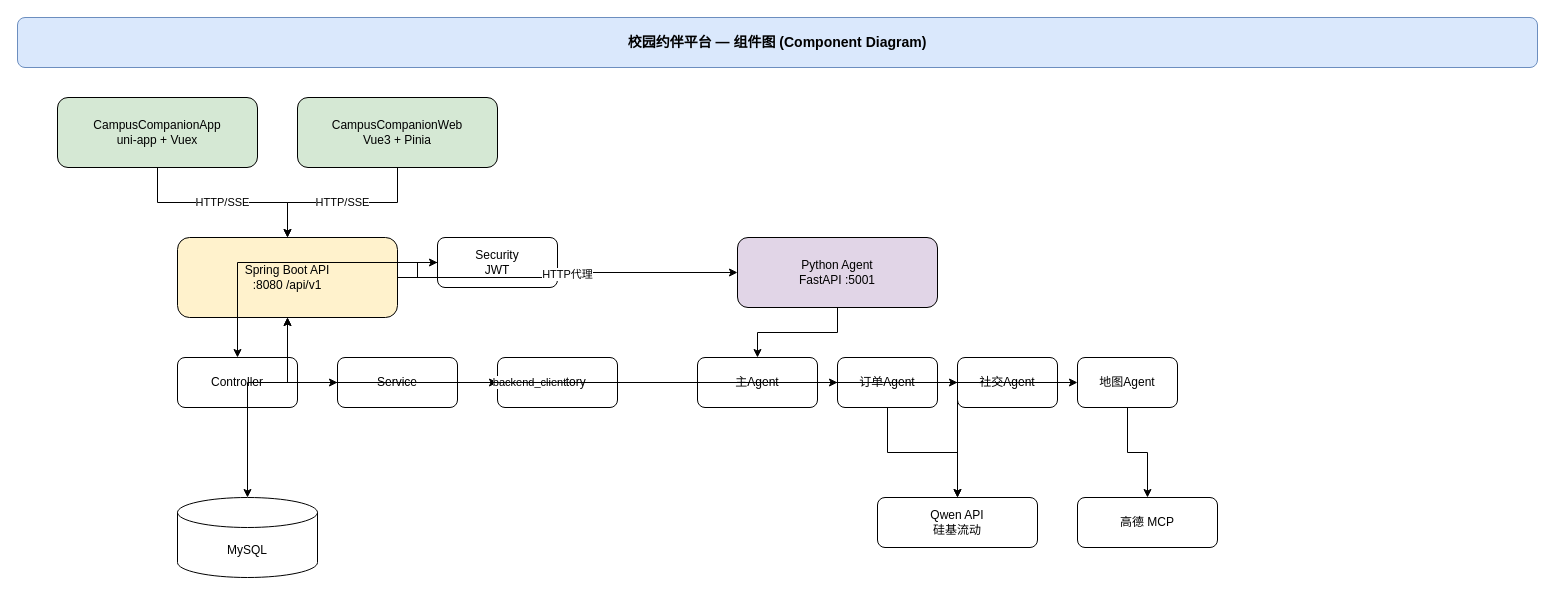
Before: docs/SystemAnalysis/drawio源码/02-组件图.drawio in GYC-123456789/CampusActivity, a draw.io diagram. Source tidied: cells renumbered, new cells numbered last; positions are measured from the earlier drawing's top-left corner, leaving out a move shared by most shapes. Both pictures are drawn from the tidied source at 100%, with x=0, y=0 at pixel (17, 17).
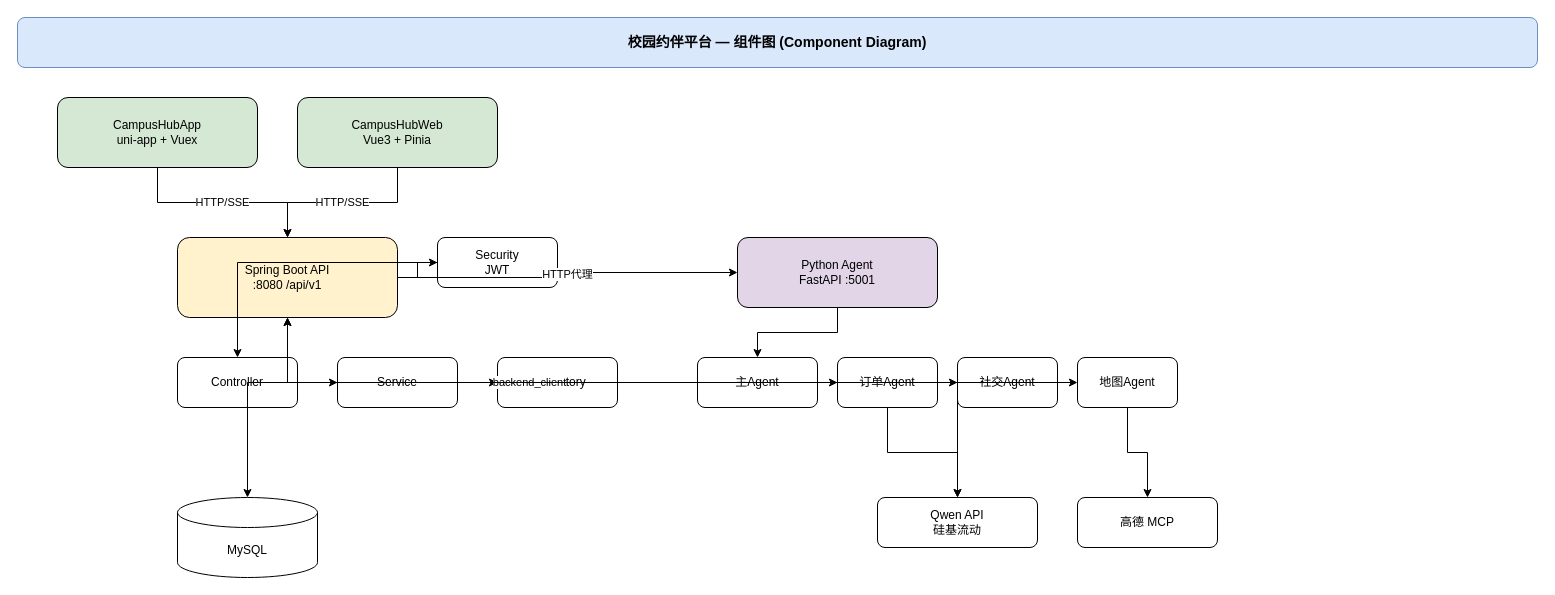
The same diagram, later.

What changed in the source:
```diff
@@
-    <mxCell id="3" value="CampusCompanionApp&#10;uni-app + Vuex" style="rounded=1;whiteSpace=wrap;html=1;fillColor=#d5e8d4;" parent="1" vertex="1">
+    <mxCell id="3" value="CampusHubApp&#10;uni-app + Vuex" style="rounded=1;whiteSpace=wrap;html=1;fillColor=#d5e8d4;" parent="1" vertex="1">
       <mxGeometry x="40" y="80" width="200" height="70" as="geometry" />
     </mxCell>
-    <mxCell id="4" value="CampusCompanionWeb&#10;Vue3 + Pinia" style="rounded=1;whiteSpace=wrap;html=1;fillColor=#d5e8d4;" parent="1" vertex="1">
+    <mxCell id="4" value="CampusHubWeb&#10;Vue3 + Pinia" style="rounded=1;whiteSpace=wrap;html=1;fillColor=#d5e8d4;" parent="1" vertex="1">
       <mxGeometry x="280" y="80" width="200" height="70" as="geometry" />
     </mxCell>
```
